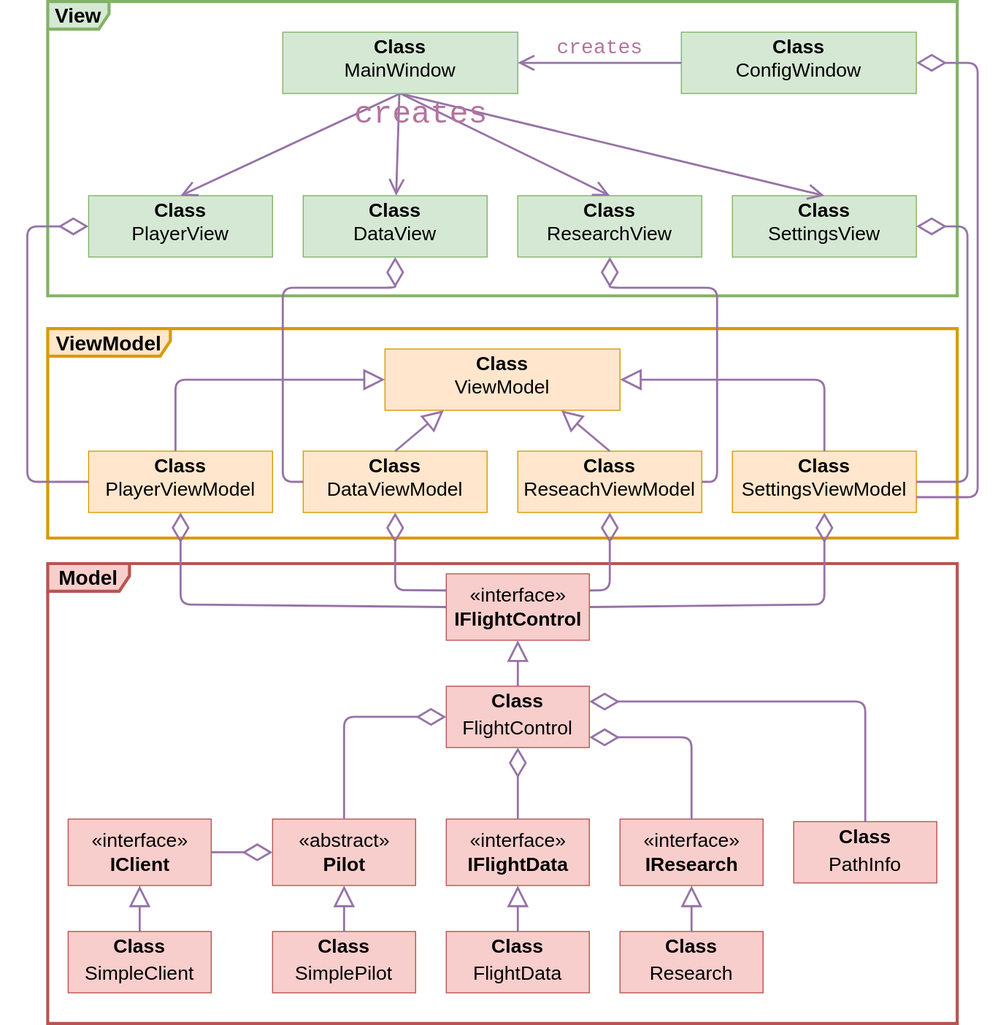
Earlier version of the draw.io export images/uml.svg (lielgut/FlightMonitor). Source tidied: cells renumbered, new cells last; positions are measured from the earlier drawing's top-left corner, leaving out a move shared by most shapes.
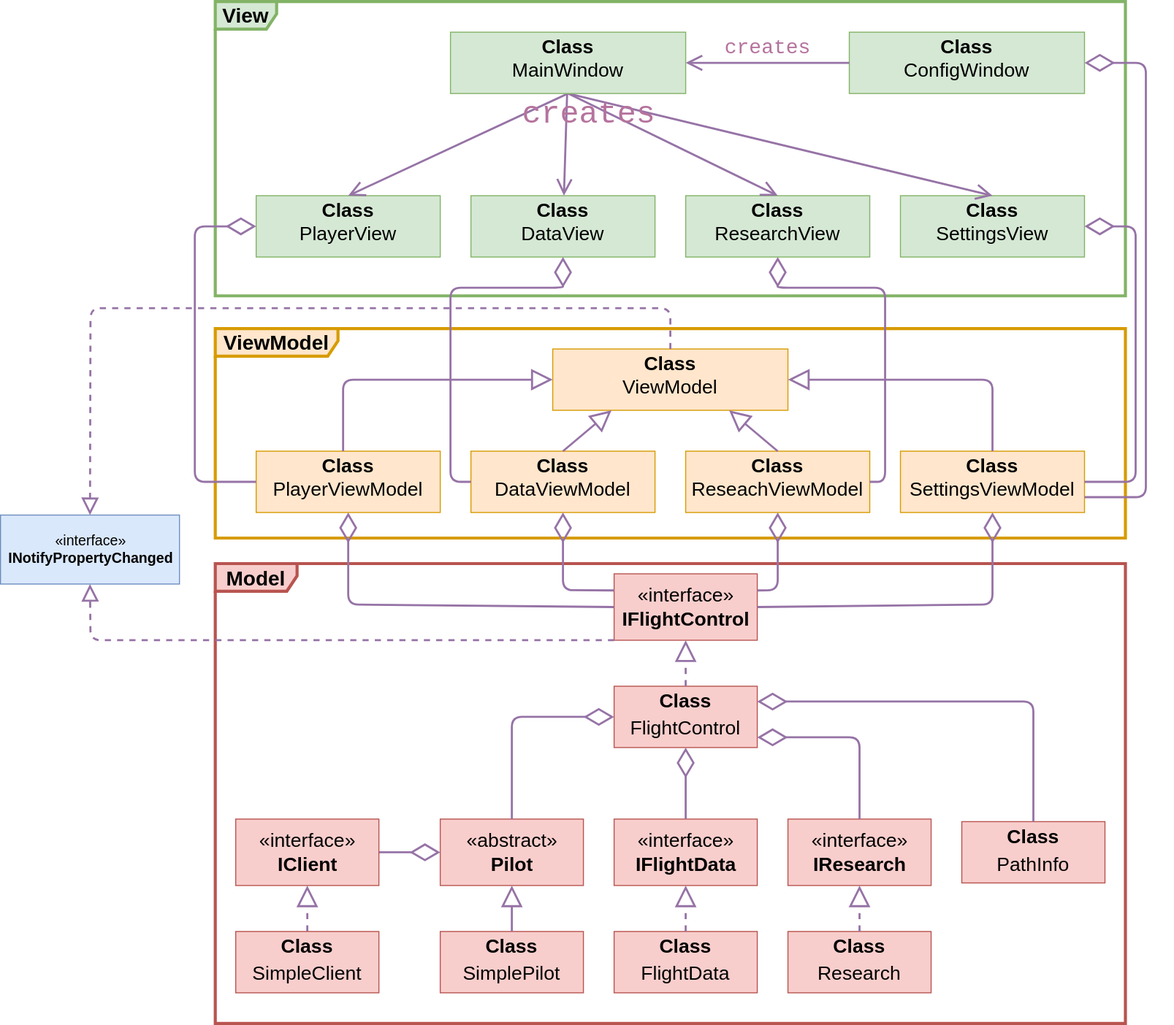
The same diagram one commit later.

Change to the diagram source:
```diff
@@ -89,19 +89,19 @@
     <mxCell id="27" style="endArrow=diamondThin;endFill=0;endSize=24;html=1;entryX=0;entryY=0.5;entryDx=0;entryDy=0;exitX=1;exitY=0.5;exitDx=0;exitDy=0;fillColor=#e1d5e7;strokeColor=#9673a6;strokeWidth=2;" parent="1" edge="1" source="55" target="22">
       <mxGeometry relative="1" as="geometry" />
     </mxCell>
-    <mxCell id="28" style="endArrow=block;endSize=16;endFill=0;html=1;exitX=0.5;exitY=0;exitDx=0;exitDy=0;entryX=0.5;entryY=1;entryDx=0;entryDy=0;fillColor=#e1d5e7;strokeColor=#9673a6;strokeWidth=2;" parent="1" edge="1" source="6" target="5">
+    <mxCell id="28" style="endArrow=block;endSize=16;endFill=0;html=1;exitX=0.5;exitY=0;exitDx=0;exitDy=0;entryX=0.5;entryY=1;entryDx=0;entryDy=0;fillColor=#e1d5e7;strokeColor=#9673a6;strokeWidth=2;dashed=1;" parent="1" edge="1" source="6" target="5">
       <mxGeometry relative="1" as="geometry" />
     </mxCell>
-    <mxCell id="29" style="endArrow=block;endSize=16;endFill=0;html=1;exitX=0.5;exitY=0;exitDx=0;exitDy=0;entryX=0.5;entryY=1;entryDx=0;entryDy=0;fillColor=#e1d5e7;strokeColor=#9673a6;strokeWidth=2;" parent="1" edge="1" source="56" target="55">
+    <mxCell id="29" style="endArrow=block;endSize=16;endFill=0;html=1;exitX=0.5;exitY=0;exitDx=0;exitDy=0;entryX=0.5;entryY=1;entryDx=0;entryDy=0;fillColor=#e1d5e7;strokeColor=#9673a6;strokeWidth=2;dashed=1;" parent="1" edge="1" source="56" target="55">
       <mxGeometry x="0.46" y="2" relative="1" as="geometry" />
     </mxCell>
     <mxCell id="30" style="endArrow=block;endSize=16;endFill=0;html=1;entryX=0.5;entryY=1;entryDx=0;entryDy=0;exitX=0.5;exitY=0;exitDx=0;exitDy=0;fillColor=#e1d5e7;strokeColor=#9673a6;strokeWidth=2;" parent="1" edge="1" source="18" target="22">
       <mxGeometry relative="1" as="geometry" />
     </mxCell>
-    <mxCell id="31" style="endArrow=block;endSize=16;endFill=0;html=1;entryX=0.5;entryY=1;entryDx=0;entryDy=0;exitX=0.5;exitY=0;exitDx=0;exitDy=0;fillColor=#e1d5e7;strokeColor=#9673a6;strokeWidth=2;" parent="1" edge="1" source="19" target="24">
+    <mxCell id="31" style="endArrow=block;endSize=16;endFill=0;html=1;entryX=0.5;entryY=1;entryDx=0;entryDy=0;exitX=0.5;exitY=0;exitDx=0;exitDy=0;fillColor=#e1d5e7;strokeColor=#9673a6;strokeWidth=2;dashed=1;" parent="1" edge="1" source="19" target="24">
       <mxGeometry x="0.22" y="-9" relative="1" as="geometry" />
     </mxCell>
-    <mxCell id="32" style="endArrow=block;endSize=16;endFill=0;html=1;exitX=0.5;exitY=0;exitDx=0;exitDy=0;entryX=0.5;entryY=1;entryDx=0;entryDy=0;fillColor=#e1d5e7;strokeColor=#9673a6;strokeWidth=2;" parent="1" edge="1" source="17" target="21">
+    <mxCell id="32" style="endArrow=block;endSize=16;endFill=0;html=1;exitX=0.5;exitY=0;exitDx=0;exitDy=0;entryX=0.5;entryY=1;entryDx=0;entryDy=0;fillColor=#e1d5e7;strokeColor=#9673a6;strokeWidth=2;dashed=1;" parent="1" edge="1" source="17" target="21">
       <mxGeometry relative="1" as="geometry" />
     </mxCell>
     <mxCell id="33" style="endArrow=block;endSize=16;endFill=0;html=1;exitX=0.5;exitY=0;exitDx=0;exitDy=0;entryX=1;entryY=0.5;entryDx=0;entryDy=0;fillColor=#e1d5e7;strokeColor=#9673a6;strokeWidth=2;" parent="1" edge="1" source="13" target="12">
@@ -238,5 +238,23 @@
     <mxCell id="57" value="&lt;p style=&quot;margin: 4px 0px 0px ; text-align: center ; font-size: 19px&quot;&gt;&lt;b&gt;&lt;font style=&quot;font-size: 19px&quot;&gt;Class&lt;/font&gt;&lt;/b&gt;&lt;/p&gt;&lt;div style=&quot;text-align: center ; height: 2px ; font-size: 19px&quot;&gt;&lt;font style=&quot;font-size: 19px&quot;&gt;MainWindow&lt;/font&gt;&lt;/div&gt;" style="verticalAlign=top;align=left;overflow=fill;fontSize=12;fontFamily=Helvetica;html=1;strokeColor=#82b366;fillColor=#d5e8d4;" parent="1" vertex="1">
       <mxGeometry x="250" y="30" width="230" height="60" as="geometry" />
     </mxCell>
+    <mxCell id="58" value="&lt;font style=&quot;font-size: 14px&quot;&gt;&lt;span&gt;«interface»&lt;/span&gt;&lt;br&gt;&lt;b&gt;&lt;font style=&quot;font-size: 14px&quot;&gt;INotifyPropertyChanged&lt;/font&gt;&lt;/b&gt;&lt;br&gt;&lt;/font&gt;" style="html=1;strokeColor=#6c8ebf;fillColor=#dae8fc;" parent="1" vertex="1">
+      <mxGeometry x="-190" y="502.5" width="175" height="67.5" as="geometry" />
+    </mxCell>
+    <mxCell id="59" style="endArrow=block;dashed=1;endFill=0;endSize=12;html=1;strokeWidth=2;entryX=0.5;entryY=1;entryDx=0;entryDy=0;exitX=0;exitY=1;exitDx=0;exitDy=0;fillColor=#e1d5e7;strokeColor=#9673a6;" parent="1" edge="1" source="5" target="58">
+      <mxGeometry relative="1" as="geometry">
+        <Array as="points">
+          <mxPoint x="-102" y="625" />
+        </Array>
+      </mxGeometry>
+    </mxCell>
+    <mxCell id="60" style="endArrow=block;dashed=1;endFill=0;endSize=12;html=1;strokeWidth=2;entryX=0.5;entryY=0;entryDx=0;entryDy=0;fillColor=#e1d5e7;strokeColor=#9673a6;exitX=0.5;exitY=0;exitDx=0;exitDy=0;" parent="1" edge="1" source="12" target="58">
+      <mxGeometry relative="1" as="geometry">
+        <Array as="points">
+          <mxPoint x="465" y="300" />
+          <mxPoint x="-102" y="300" />
+        </Array>
+      </mxGeometry>
+    </mxCell>
   </root>
 </mxGraphModel>
```
